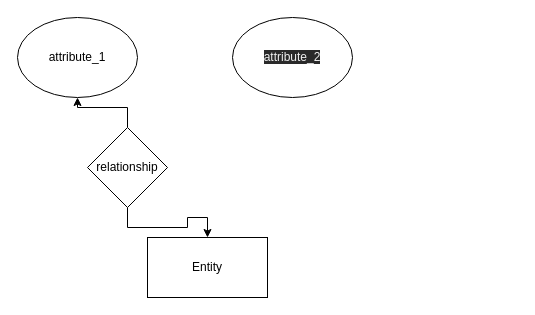
The draw.io diagram Python/2-SQL/week1/entity_relationship_diagram.drawio in ericdwkim/nucamp-python, before the edit. Source tidied: cells renumbered, new cells numbered last; positions are measured from the earlier drawing's top-left corner, leaving out a move shared by most shapes. Both pictures are drawn from the tidied source at 100%, with x=0, y=0 at pixel (17, 17).
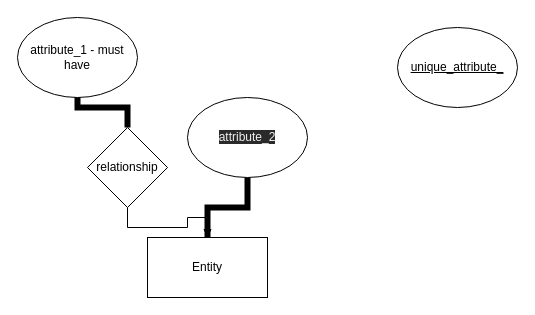
After the change.

What changed in the source:
```diff
@@
 <mxGraphModel>
   <root>
     <mxCell id="0" />
     <mxCell id="1" parent="0" />
     <mxCell id="2" value="Entity" style="rounded=0;whiteSpace=wrap;html=1;" parent="1" vertex="1">
       <mxGeometry x="130" y="220" width="120" height="60" as="geometry" />
     </mxCell>
-    <mxCell id="3" value="attribute_1" style="ellipse;whiteSpace=wrap;html=1;" parent="1" vertex="1">
+    <mxCell id="3" value="attribute_1 - must have" style="ellipse;whiteSpace=wrap;html=1;" parent="1" vertex="1">
       <mxGeometry width="120" height="80" as="geometry" />
     </mxCell>
+    <mxCell id="8" style="edgeStyle=orthogonalEdgeStyle;rounded=0;jettySize=auto;html=1;endArrow=none;endFill=0;strokeWidth=6;" parent="1" edge="1" source="4" target="2">
+      <mxGeometry relative="1" as="geometry">
+        <Array as="points">
+          <mxPoint x="230" y="190" />
+          <mxPoint x="190" y="190" />
+        </Array>
+      </mxGeometry>
+    </mxCell>
     <mxCell id="4" value="&lt;span style=&quot;color: rgb(240 , 240 , 240) ; font-family: &amp;#34;helvetica&amp;#34; ; font-size: 12px ; font-style: normal ; font-weight: 400 ; letter-spacing: normal ; text-align: center ; text-indent: 0px ; text-transform: none ; word-spacing: 0px ; background-color: rgb(42 , 42 , 42) ; display: inline ; float: none&quot;&gt;attribute_2&lt;/span&gt;" style="ellipse;whiteSpace=wrap;html=1;" parent="1" vertex="1">
-      <mxGeometry x="215" width="120" height="80" as="geometry" />
+      <mxGeometry x="170" y="80" width="120" height="80" as="geometry" />
     </mxCell>
     <mxCell id="5" style="edgeStyle=orthogonalEdgeStyle;rounded=0;jettySize=auto;html=1;" parent="1" edge="1" source="7" target="2">
       <mxGeometry relative="1" as="geometry" />
     </mxCell>
-    <mxCell id="6" style="edgeStyle=orthogonalEdgeStyle;rounded=0;jettySize=auto;html=1;" parent="1" edge="1" source="7" target="3">
+    <mxCell id="6" style="edgeStyle=orthogonalEdgeStyle;rounded=0;jettySize=auto;html=1;strokeWidth=6;endArrow=none;endFill=0;" parent="1" edge="1" source="7" target="3">
       <mxGeometry relative="1" as="geometry" />
     </mxCell>
     <mxCell id="7" value="relationship" style="rhombus;whiteSpace=wrap;html=1;" parent="1" vertex="1">
       <mxGeometry x="70" y="110" width="80" height="80" as="geometry" />
     </mxCell>
+    <mxCell id="9" value="&lt;font face=&quot;helvetica&quot;&gt;&lt;u&gt;unique_attribute_&lt;/u&gt;&lt;/font&gt;" style="ellipse;whiteSpace=wrap;html=1;" parent="1" vertex="1">
+      <mxGeometry x="380" y="10" width="120" height="80" as="geometry" />
+    </mxCell>
   </root>
 </mxGraphModel>
```
